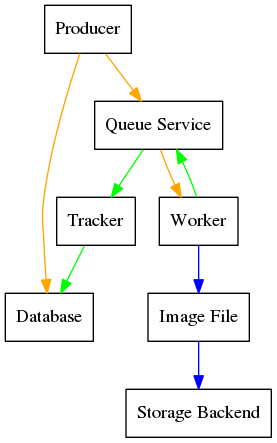
Earlier version of the Graphviz export images/diagram.png (openstack-archive/faafo). Its source is kept beside it as images/diagram.dot.
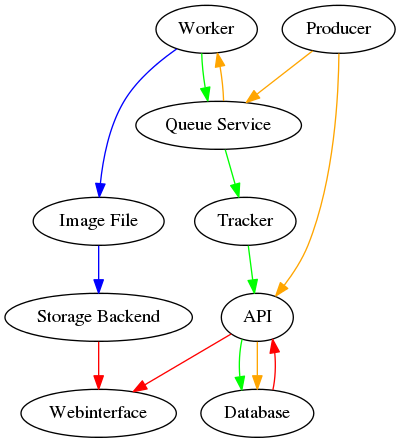
After the change.

What changed in the source:
```diff
@@ -1,11 +1,15 @@
 digraph {
-  node [shape=box]; Producer; Database;
-  Producer -> Database [color=orange];
+  API -> Database [color=green];
+  API -> Database [color=orange];
+  Database -> API [color=red];
+  API -> Webinterface [color=red];
+  Producer -> API [color=orange];
   Producer -> "Queue Service" [color=orange];
-  Tracker -> Database [color=green];
+  Tracker -> API [color=green];
   "Queue Service" -> Tracker [color=green];
   "Queue Service" -> Worker [color=orange];
   Worker -> "Image File" [color=blue];
   Worker -> "Queue Service" [color=green];
   "Image File" -> "Storage Backend" [color=blue];
+  "Storage Backend" -> Webinterface [color=red];
 }
```
